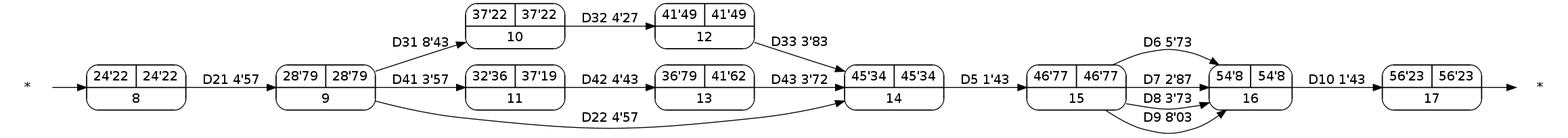
Above: Trabajos/T3/img/grafo_el_diseño.png in srug86/pgsiesi (Graphviz), before the change. Its source is kept beside it as Trabajos/T3/img/grafo_el_diseño.dot. The source it was exported from:
```dot
digraph grafo_inicial {
	rankdir = LR; node[style=rounded]
	ast1 [label = "*", shape=plaintext]
	ast2 [label = "*", shape=plaintext]
	8 [shape=record, label="{ 24'22 | 24'22 } | 8"];
	9 [shape=record, label="{ 28'79 | 28'79 } | 9"];
	10 [shape=record, label="{ 37'22 | 37'22 } | 10"];
	11 [shape=record, label="{ 32'36 | 37'19 } | 11"];
	12 [shape=record, label="{ 41'49 | 41'49 } | 12"];
	13 [shape=record, label="{ 36'79 | 41'62 } | 13"];
	14 [shape=record, label="{ 45'34 | 45'34 } | 14"];
	15 [shape=record, label="{ 46'77 | 46'77 } | 15"];
	16 [shape=record, label="{ 54'8 | 54'8 } | 16"];
	17 [shape=record, label="{ 56'23 | 56'23 } | 17"];
	node [shape = circle];
	ast1 -> 8;
	8 -> 9 [label = "D21 4'57"];
	9 -> 14 [label = "D22 4'57"];
	9 -> 10 [label = "D31 8'43"];
	10 -> 12 [label = "D32 4'27"];
	12 -> 14 [label = "D33 3'83"];
	9 -> 11 [label = "D41 3'57"];
	11 -> 13 [label = "D42 4'43"];
	13 -> 14 [label = "D43 3'72"];
	14 -> 15 [label = "D5 1'43"];
	15 -> 16 [label = "D6 5'73"];
	15 -> 16 [label = "D7 2'87"];
	15 -> 16 [label = "D8 3'73"];
	15 -> 16 [label = "D9 8'03"];
	16 -> 17 [label = "D10 1'43"];
	17 -> ast2;
}
```
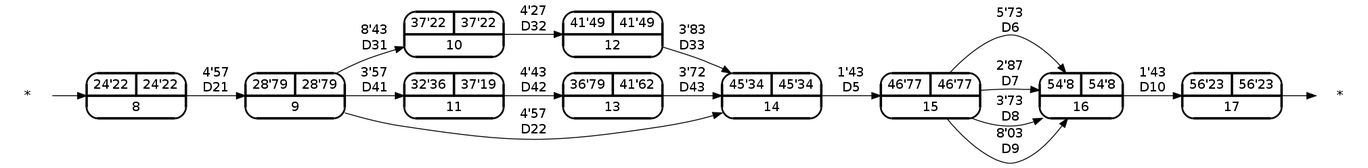
The same file after the commit.

Diff of the diagram source:
```diff
@@ -1,5 +1,5 @@
 digraph grafo_inicial {
-	rankdir = LR; node[style=rounded]
+	rankdir = LR; node[style="rounded,bold"]
 	ast1 [label = "*", shape=plaintext]
 	ast2 [label = "*", shape=plaintext]
 	8 [shape=record, label="{ 24'22 | 24'22 } | 8"];
@@ -14,19 +14,19 @@
 	17 [shape=record, label="{ 56'23 | 56'23 } | 17"];
 	node [shape = circle];
 	ast1 -> 8;
-	8 -> 9 [label = "D21 4'57"];
-	9 -> 14 [label = "D22 4'57"];
-	9 -> 10 [label = "D31 8'43"];
-	10 -> 12 [label = "D32 4'27"];
-	12 -> 14 [label = "D33 3'83"];
-	9 -> 11 [label = "D41 3'57"];
-	11 -> 13 [label = "D42 4'43"];
-	13 -> 14 [label = "D43 3'72"];
-	14 -> 15 [label = "D5 1'43"];
-	15 -> 16 [label = "D6 5'73"];
-	15 -> 16 [label = "D7 2'87"];
-	15 -> 16 [label = "D8 3'73"];
-	15 -> 16 [label = "D9 8'03"];
-	16 -> 17 [label = "D10 1'43"];
+	8 -> 9 [label = "4'57" + "\nD21"];
+	9 -> 14 [label = "4'57" + "\nD22"];
+	9 -> 10 [label = "8'43" + "\nD31"];
+	10 -> 12 [label = "4'27" + "\nD32"];
+	12 -> 14 [label = "3'83" + "\nD33"];
+	9 -> 11 [label = "3'57" + "\nD41"];
+	11 -> 13 [label = "4'43" + "\nD42"];
+	13 -> 14 [label = "3'72" + "\nD43"];
+	14 -> 15 [label = "1'43" + "\nD5"];
+	15 -> 16 [label = "5'73" + "\nD6"];
+	15 -> 16 [label = "2'87" + "\nD7"];
+	15 -> 16 [label = "3'73" + "\nD8"];
+	15 -> 16 [label = "8'03" + "\nD9"];
+	16 -> 17 [label = "1'43" + "\nD10"];
 	17 -> ast2;
 }
```
